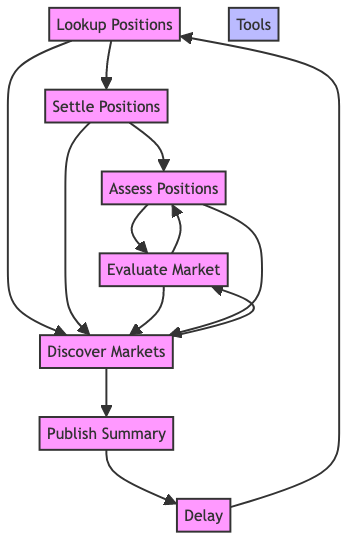
Earlier version of the Mermaid export packages/agent/docs/graph.png (sapiencexyz/sapience). Its source is kept beside it as packages/agent/docs/graph.mmd.
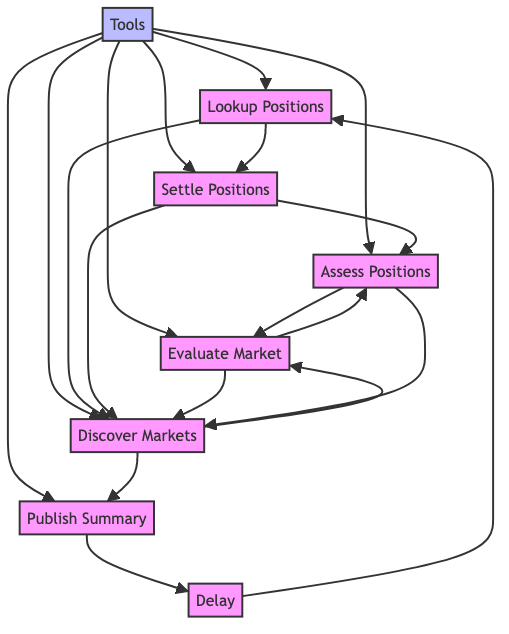
The same diagram one commit later.

What changed in the source:
```diff
@@ -7,6 +7,12 @@
   publish_summary[Publish Summary]:::node;
   delay[Delay]:::node;
   tools[Tools]:::tool;
+  tools --> lookup;
+  tools --> settle_positions;
+  tools --> assess_positions;
+  tools --> discover_markets;
+  tools --> evaluate_market;
+  tools --> publish_summary;
   lookup --> settle_positions;
   lookup --> discover_markets;
   settle_positions --> assess_positions;
```
